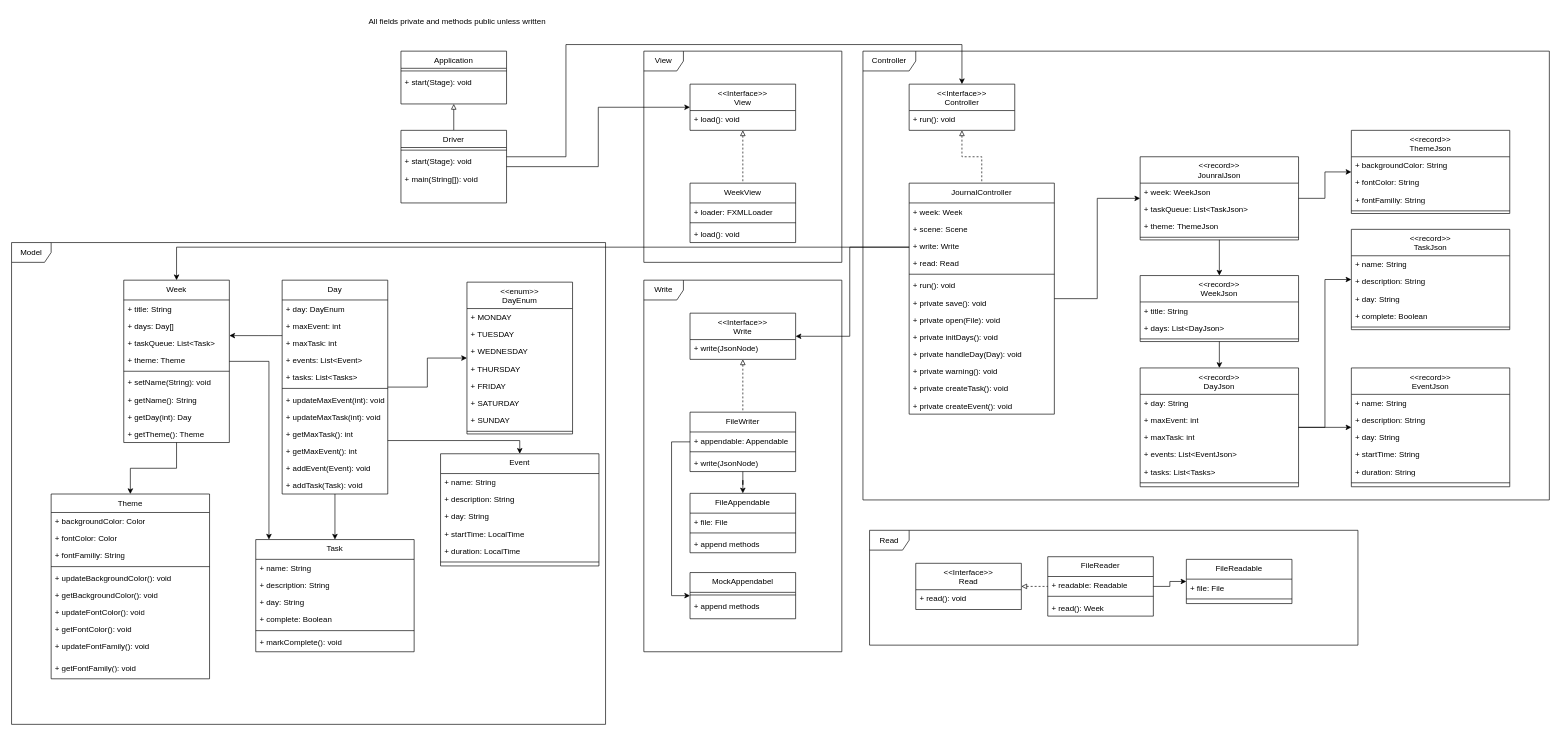
Earlier version of the draw.io diagram journal.drawio (akuatbekov23/BulletJournalApp). Source tidied: cells renumbered, new cells numbered last; positions are measured from the earlier drawing's top-left corner, leaving out a move shared by most shapes. Both pictures are drawn from the tidied source at 66%, with x=0, y=0 at pixel (11, 11).
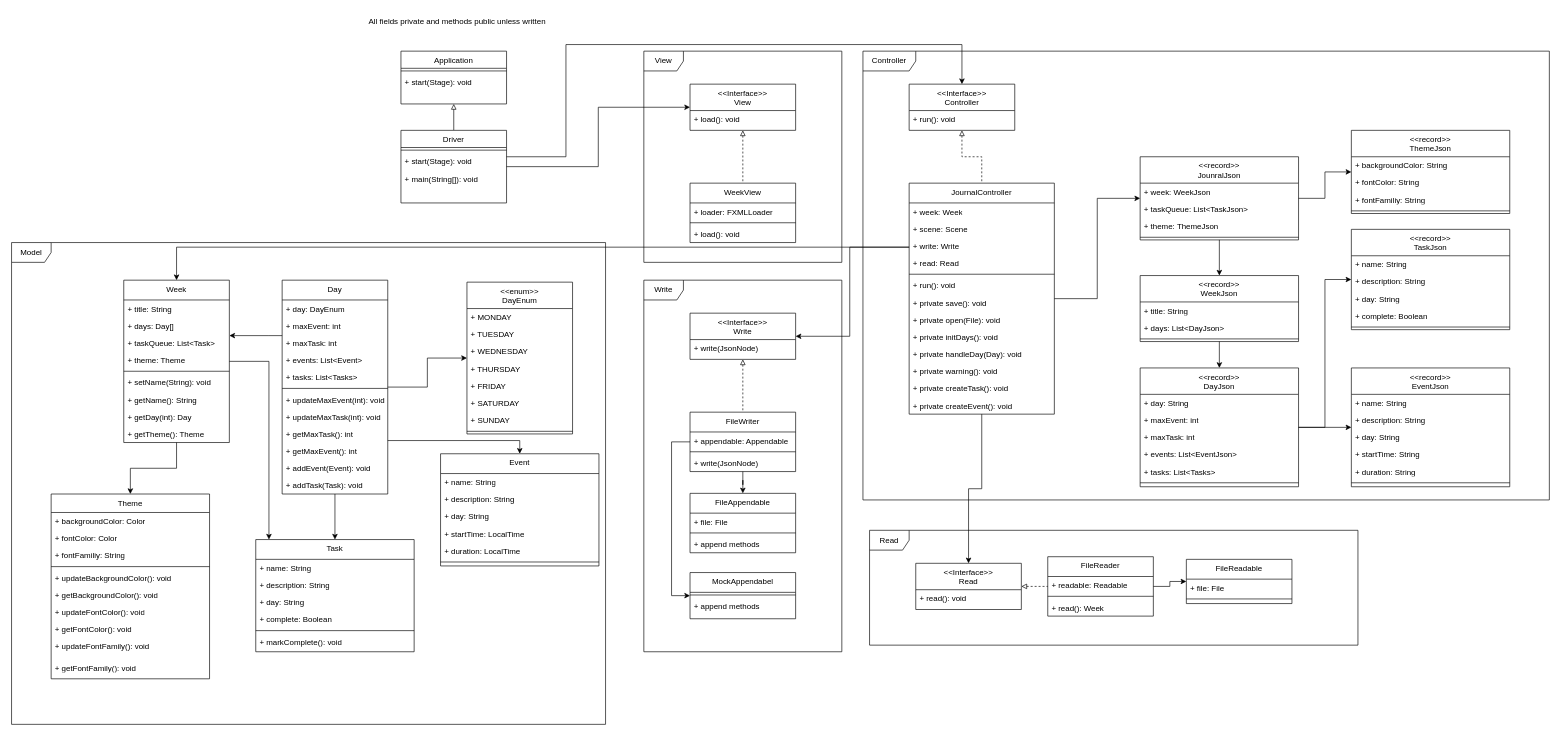
The same page after the edit.

Commit message (it also covers changes not shown here):
UML Diagram

The change refers to these unchanged cells:
```xml
<mxCell id="29" value="JournalController" style="swimlane;fontStyle=0;align=center;verticalAlign=top;horizontal=1;startSize=30;rounded=0;shadow=0;strokeWidth=1;" parent="1" vertex="1">
  <mxGeometry x="1360" y="260" width="220" height="350" as="geometry" />
</mxCell>
<mxCell id="154" value="&lt;&lt;Interface&gt;&gt;&#10;Read" style="swimlane;fontStyle=0;align=center;verticalAlign=top;horizontal=1;startSize=40;rounded=0;shadow=0;strokeWidth=1;" parent="1" vertex="1">
  <mxGeometry x="1370" y="836" width="160" height="70" as="geometry" />
</mxCell>
```

Diff of the diagram source:
```diff
@@
+    <mxCell id="175" style="edgeStyle=orthogonalEdgeStyle;rounded=0;jettySize=auto;html=1;entryX=0.5;entryY=0;entryDx=0;entryDy=0;" parent="1" edge="1" source="29" target="154">
+      <mxGeometry relative="1" as="geometry" />
+    </mxCell>
```
